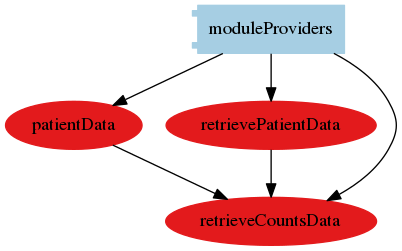
This is architecture/png/modules/moduleProviders.png from nevesnunes/MultiViz, a Graphviz export, as it was before one commit. Its source is kept beside it as architecture/dot/modules/moduleProviders.dot.
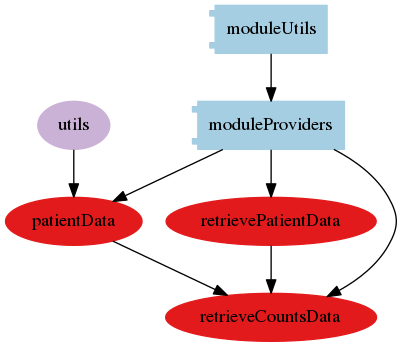
The same file after the commit.

Diff of the diagram source:
```diff
@@ -5,6 +5,9 @@
     node[shape="component"]
     "moduleProviders"[label="moduleProviders", color=1]
 
+
+      "moduleUtils"[label="moduleUtils", color=1]
+      "moduleUtils" -> "moduleProviders"
 
 
 
@@ -52,6 +55,9 @@
 
 
 
+        "utils"[label="utils"]
+        "utils" -> "patientData"
+
 
 
 
```
